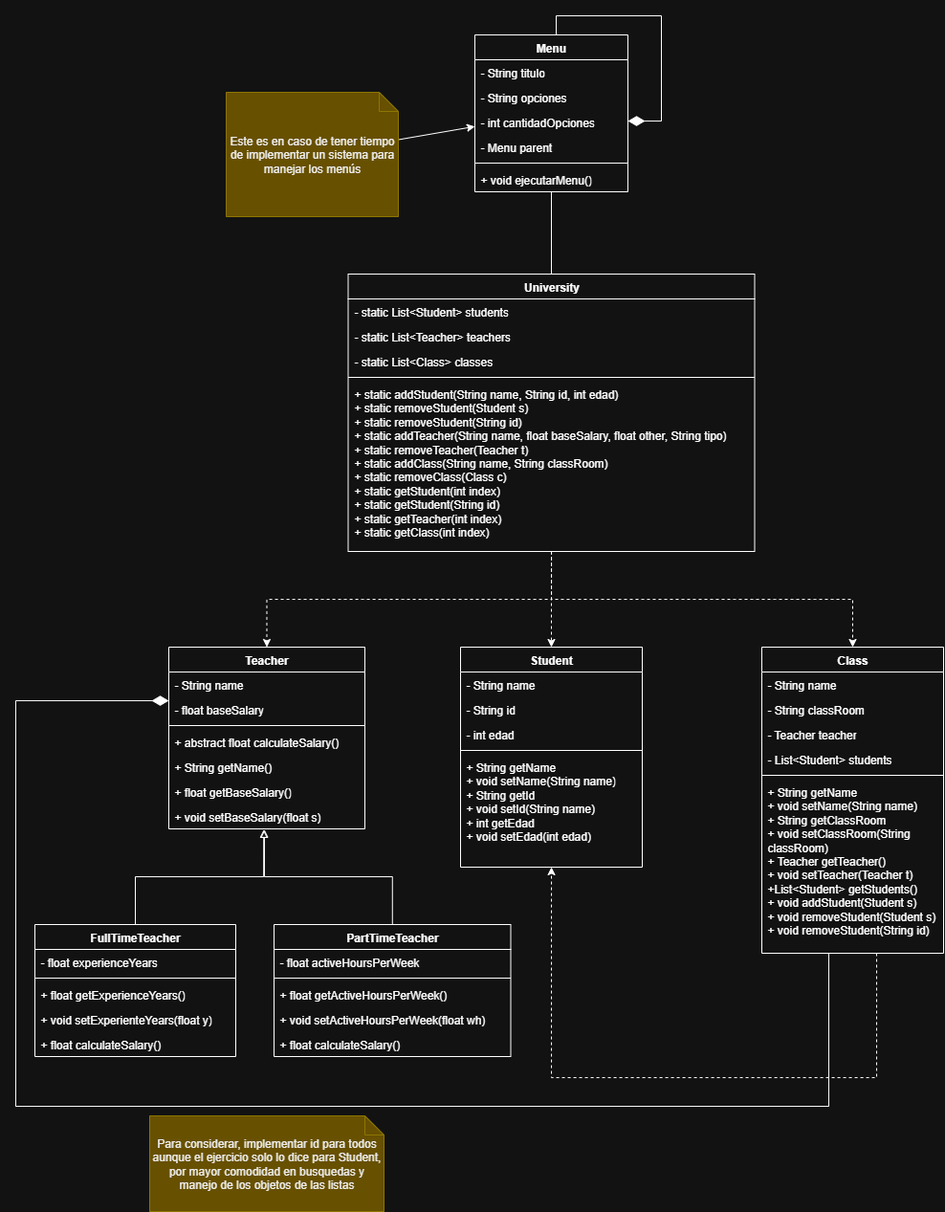
Before: diagrams/ClassesDiagram.png, a diagram exported from draw.io (CarlosDRomero/JavaFinalExercise). Source tidied: cells renumbered, new cells last; positions are measured from the earlier drawing's top-left corner, leaving out a move shared by most shapes.
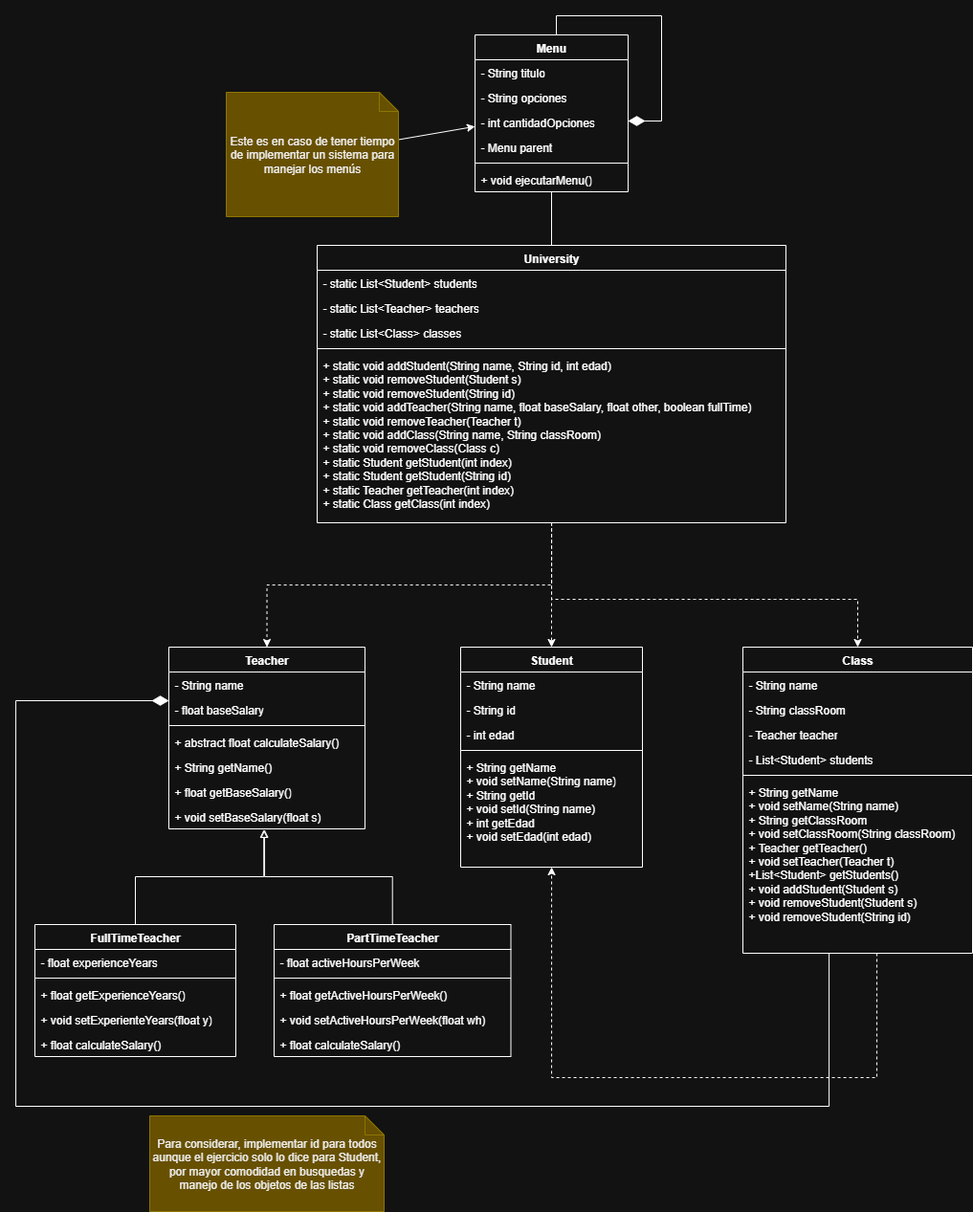
Later version of the same file.

Commit message:
Diagrama de clases adaptado

The edit, as a diff of the source:
```diff
@@ -20,11 +20,11 @@
     <mxCell id="7" value="+ String getName&lt;div&gt;+ void setName(String name)&lt;/div&gt;&lt;div&gt;+ String getId&lt;div&gt;+ void setId(String name)&lt;/div&gt;&lt;/div&gt;&lt;div&gt;+ int getEdad&lt;div&gt;+ void setEdad(int edad)&lt;/div&gt;&lt;/div&gt;" style="text;strokeColor=none;fillColor=none;align=left;verticalAlign=top;spacingLeft=4;spacingRight=4;overflow=hidden;whiteSpace=wrap;html=1;" parent="2" vertex="1">
       <mxGeometry y="112" width="190" height="118" as="geometry" />
     </mxCell>
-    <mxCell id="8" style="edgeStyle=orthogonalEdgeStyle;rounded=0;jettySize=auto;html=1;entryX=0.5;entryY=0;entryDx=0;entryDy=0;dashed=1;" parent="1" edge="1" source="11" target="39">
+    <mxCell id="8" style="edgeStyle=orthogonalEdgeStyle;rounded=0;jettySize=auto;html=1;dashed=1;entryX=0.5;entryY=0;entryDx=0;entryDy=0;" parent="1" edge="1" source="11" target="39">
       <mxGeometry relative="1" as="geometry">
         <Array as="points">
           <mxPoint x="560" y="610" />
-          <mxPoint x="875" y="610" />
+          <mxPoint x="880" y="610" />
         </Array>
       </mxGeometry>
     </mxCell>
@@ -35,22 +35,22 @@
       <mxGeometry relative="1" as="geometry" />
     </mxCell>
     <mxCell id="11" value="University" style="swimlane;fontStyle=1;align=center;verticalAlign=top;horizontal=1;startSize=26;whiteSpace=wrap;html=1;" parent="1" vertex="1">
-      <mxGeometry x="347.5" y="270" width="425" height="290" as="geometry" />
+      <mxGeometry x="315" y="240" width="490" height="290" as="geometry" />
     </mxCell>
     <mxCell id="12" value="- static List&amp;lt;Student&amp;gt; students" style="text;strokeColor=none;fillColor=none;align=left;verticalAlign=top;spacingLeft=4;spacingRight=4;overflow=hidden;whiteSpace=wrap;html=1;" parent="11" vertex="1">
-      <mxGeometry y="26" width="425" height="26" as="geometry" />
+      <mxGeometry y="26" width="490" height="26" as="geometry" />
     </mxCell>
     <mxCell id="13" value="- static List&amp;lt;Teacher&amp;gt; teachers" style="text;strokeColor=none;fillColor=none;align=left;verticalAlign=top;spacingLeft=4;spacingRight=4;overflow=hidden;whiteSpace=wrap;html=1;" parent="11" vertex="1">
-      <mxGeometry y="52" width="425" height="26" as="geometry" />
+      <mxGeometry y="52" width="490" height="26" as="geometry" />
     </mxCell>
     <mxCell id="14" value="- static List&amp;lt;Class&amp;gt; classes" style="text;strokeColor=none;fillColor=none;align=left;verticalAlign=top;spacingLeft=4;spacingRight=4;overflow=hidden;whiteSpace=wrap;html=1;" parent="11" vertex="1">
-      <mxGeometry y="78" width="425" height="26" as="geometry" />
+      <mxGeometry y="78" width="490" height="26" as="geometry" />
     </mxCell>
     <mxCell id="15" style="line;strokeWidth=1;fillColor=none;align=left;verticalAlign=middle;spacingTop=-1;spacingLeft=3;spacingRight=3;labelPosition=right;strokeColor=inherit;" parent="11" vertex="1">
-      <mxGeometry y="104" width="425" height="8" as="geometry" />
+      <mxGeometry y="104" width="490" height="8" as="geometry" />
     </mxCell>
-    <mxCell id="16" value="+ static addStudent(String name, String id, int edad)&lt;div&gt;+ static removeStudent(Student s)&lt;/div&gt;&lt;div&gt;+ static removeStudent(String id)&lt;/div&gt;&lt;div&gt;+ static addTeacher(String name, float baseSalary, float other, String tipo)&lt;/div&gt;&lt;div&gt;+ static removeTeacher(Teacher t)&lt;/div&gt;&lt;div&gt;+ static addClass(String name, String classRoom)&lt;/div&gt;&lt;div&gt;+ static removeClass(Class c)&lt;/div&gt;&lt;div&gt;+ static getStudent(int index)&lt;/div&gt;&lt;div&gt;+ static getStudent(String id)&lt;/div&gt;&lt;div&gt;+ static getTeacher(int index)&lt;/div&gt;&lt;div&gt;+ static getClass(int index)&lt;/div&gt;&lt;div&gt;&lt;br&gt;&lt;/div&gt;" style="text;strokeColor=none;fillColor=none;align=left;verticalAlign=top;spacingLeft=4;spacingRight=4;overflow=hidden;whiteSpace=wrap;html=1;" parent="11" vertex="1">
-      <mxGeometry y="112" width="425" height="178" as="geometry" />
+    <mxCell id="16" value="+ static void addStudent(String name, String id, int edad)&lt;div&gt;+ static void removeStudent(Student s)&lt;/div&gt;&lt;div&gt;+ static void removeStudent(String id)&lt;/div&gt;&lt;div&gt;+ static void addTeacher(String name, float baseSalary, float other, boolean fullTime)&lt;/div&gt;&lt;div&gt;+ static void removeTeacher(Teacher t)&lt;/div&gt;&lt;div&gt;+ static void addClass(String name, String classRoom)&lt;/div&gt;&lt;div&gt;+ static void removeClass(Class c)&lt;/div&gt;&lt;div&gt;+ static Student getStudent(int index)&lt;/div&gt;&lt;div&gt;+ static Student getStudent(String id)&lt;/div&gt;&lt;div&gt;+ static Teacher getTeacher(int index)&lt;/div&gt;&lt;div&gt;+ static Class getClass(int index)&lt;/div&gt;&lt;div&gt;&lt;br&gt;&lt;/div&gt;" style="text;strokeColor=none;fillColor=none;align=left;verticalAlign=top;spacingLeft=4;spacingRight=4;overflow=hidden;whiteSpace=wrap;html=1;" parent="11" vertex="1">
+      <mxGeometry y="112" width="490" height="178" as="geometry" />
     </mxCell>
     <mxCell id="17" style="edgeStyle=orthogonalEdgeStyle;rounded=0;jettySize=auto;html=1;entryX=0.5;entryY=0;entryDx=0;entryDy=0;endArrow=none;endFill=0;startArrow=block;startFill=0;exitX=0.484;exitY=1.031;exitDx=0;exitDy=0;exitPerimeter=0;" parent="1" edge="1" source="25" target="26">
       <mxGeometry relative="1" as="geometry" />
@@ -124,25 +124,25 @@
       </mxGeometry>
     </mxCell>
     <mxCell id="39" value="Class" style="swimlane;fontStyle=1;align=center;verticalAlign=top;horizontal=1;startSize=26;whiteSpace=wrap;html=1;" parent="1" vertex="1">
-      <mxGeometry x="780" y="660" width="190" height="320" as="geometry" />
+      <mxGeometry x="760" y="660" width="240" height="320" as="geometry" />
     </mxCell>
     <mxCell id="40" value="- String name" style="text;strokeColor=none;fillColor=none;align=left;verticalAlign=top;spacingLeft=4;spacingRight=4;overflow=hidden;whiteSpace=wrap;html=1;" parent="39" vertex="1">
-      <mxGeometry y="26" width="190" height="26" as="geometry" />
+      <mxGeometry y="26" width="240" height="26" as="geometry" />
     </mxCell>
     <mxCell id="41" value="- String classRoom" style="text;strokeColor=none;fillColor=none;align=left;verticalAlign=top;spacingLeft=4;spacingRight=4;overflow=hidden;whiteSpace=wrap;html=1;" parent="39" vertex="1">
-      <mxGeometry y="52" width="190" height="26" as="geometry" />
+      <mxGeometry y="52" width="240" height="26" as="geometry" />
     </mxCell>
     <mxCell id="42" value="- Teacher teacher" style="text;strokeColor=none;fillColor=none;align=left;verticalAlign=top;spacingLeft=4;spacingRight=4;overflow=hidden;whiteSpace=wrap;html=1;" parent="39" vertex="1">
-      <mxGeometry y="78" width="190" height="26" as="geometry" />
+      <mxGeometry y="78" width="240" height="26" as="geometry" />
     </mxCell>
     <mxCell id="43" value="- List&amp;lt;Student&amp;gt; students" style="text;strokeColor=none;fillColor=none;align=left;verticalAlign=top;spacingLeft=4;spacingRight=4;overflow=hidden;whiteSpace=wrap;html=1;" parent="39" vertex="1">
-      <mxGeometry y="104" width="190" height="26" as="geometry" />
+      <mxGeometry y="104" width="240" height="26" as="geometry" />
     </mxCell>
     <mxCell id="44" style="line;strokeWidth=1;fillColor=none;align=left;verticalAlign=middle;spacingTop=-1;spacingLeft=3;spacingRight=3;labelPosition=right;strokeColor=inherit;" parent="39" vertex="1">
-      <mxGeometry y="130" width="190" height="8" as="geometry" />
+      <mxGeometry y="130" width="240" height="8" as="geometry" />
     </mxCell>
     <mxCell id="45" value="+ String getName&lt;div&gt;+ void setName(String name)&lt;/div&gt;&lt;div&gt;+ String getClassRoom&lt;div&gt;+ void setClassRoom(String classRoom)&lt;/div&gt;&lt;div&gt;+ Teacher getTeacher()&lt;/div&gt;&lt;/div&gt;&lt;div&gt;+ void setTeacher(Teacher t)&lt;/div&gt;&lt;div&gt;+List&amp;lt;Student&amp;gt; getStudents()&lt;/div&gt;&lt;div&gt;+ void addStudent(Student s)&lt;/div&gt;&lt;div&gt;+ void removeStudent(Student s)&lt;/div&gt;&lt;div&gt;+ void removeStudent(String id)&lt;/div&gt;" style="text;strokeColor=none;fillColor=none;align=left;verticalAlign=top;spacingLeft=4;spacingRight=4;overflow=hidden;points=[[0,0.5],[1,0.5]];portConstraint=eastwest;whiteSpace=wrap;html=1;" parent="39" vertex="1">
-      <mxGeometry y="138" width="190" height="182" as="geometry" />
+      <mxGeometry y="138" width="240" height="182" as="geometry" />
     </mxCell>
     <mxCell id="46" style="edgeStyle=orthogonalEdgeStyle;rounded=0;jettySize=auto;html=1;endArrow=block;endFill=0;entryX=0.488;entryY=1.031;entryDx=0;entryDy=0;entryPerimeter=0;" parent="1" edge="1" source="32" target="25">
       <mxGeometry relative="1" as="geometry" />
```
